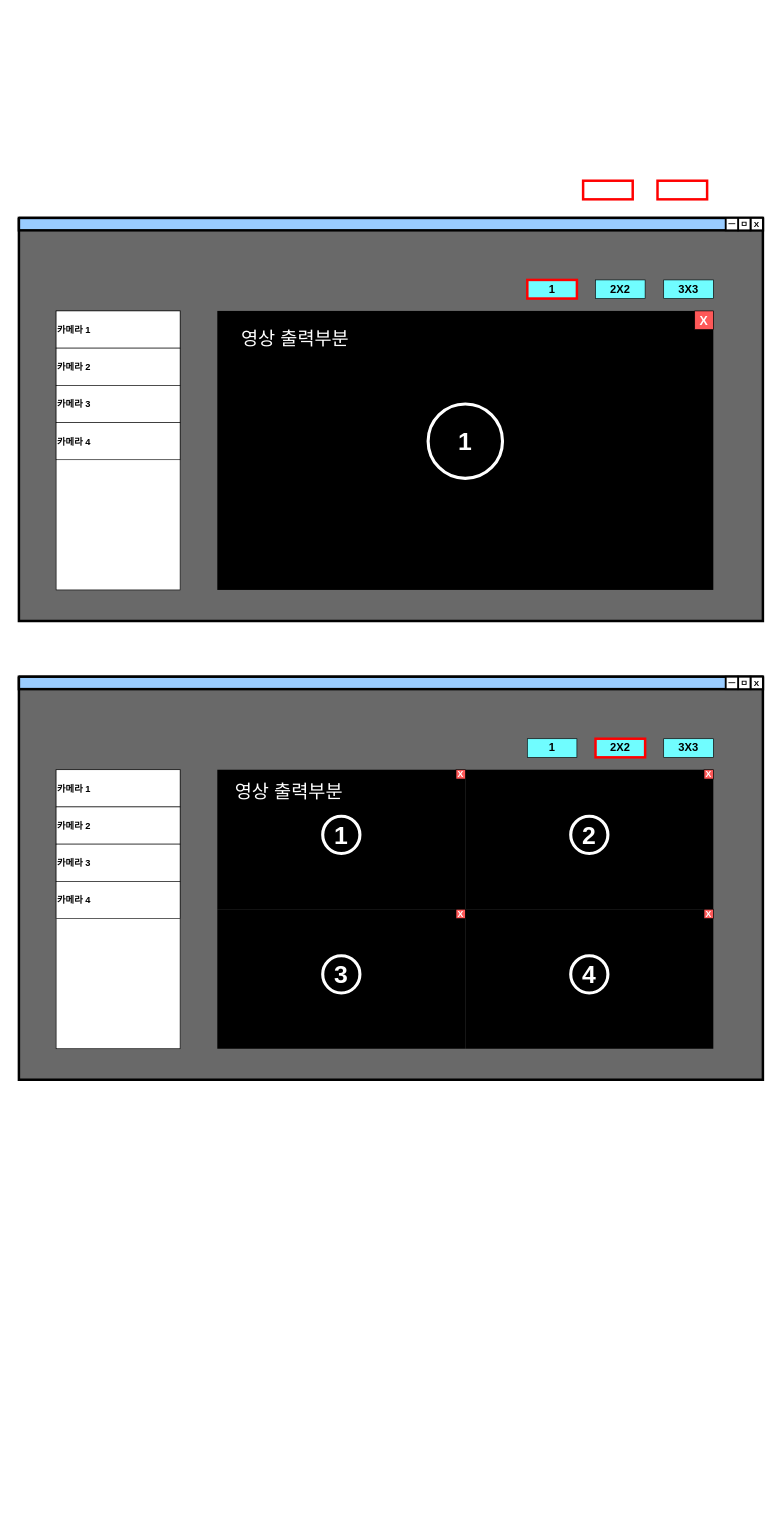
Above: RTSP관제프로그램 UI.drawio in Hyunmin-Kwak-hub/neighbor21 (draw.io), before the change. Source tidied: cells renumbered, new cells numbered last; positions are measured from the earlier drawing's top-left corner, leaving out a move shared by most shapes. Both pictures are drawn from the tidied source at 62%, with x=0, y=0 at pixel (19, 180).
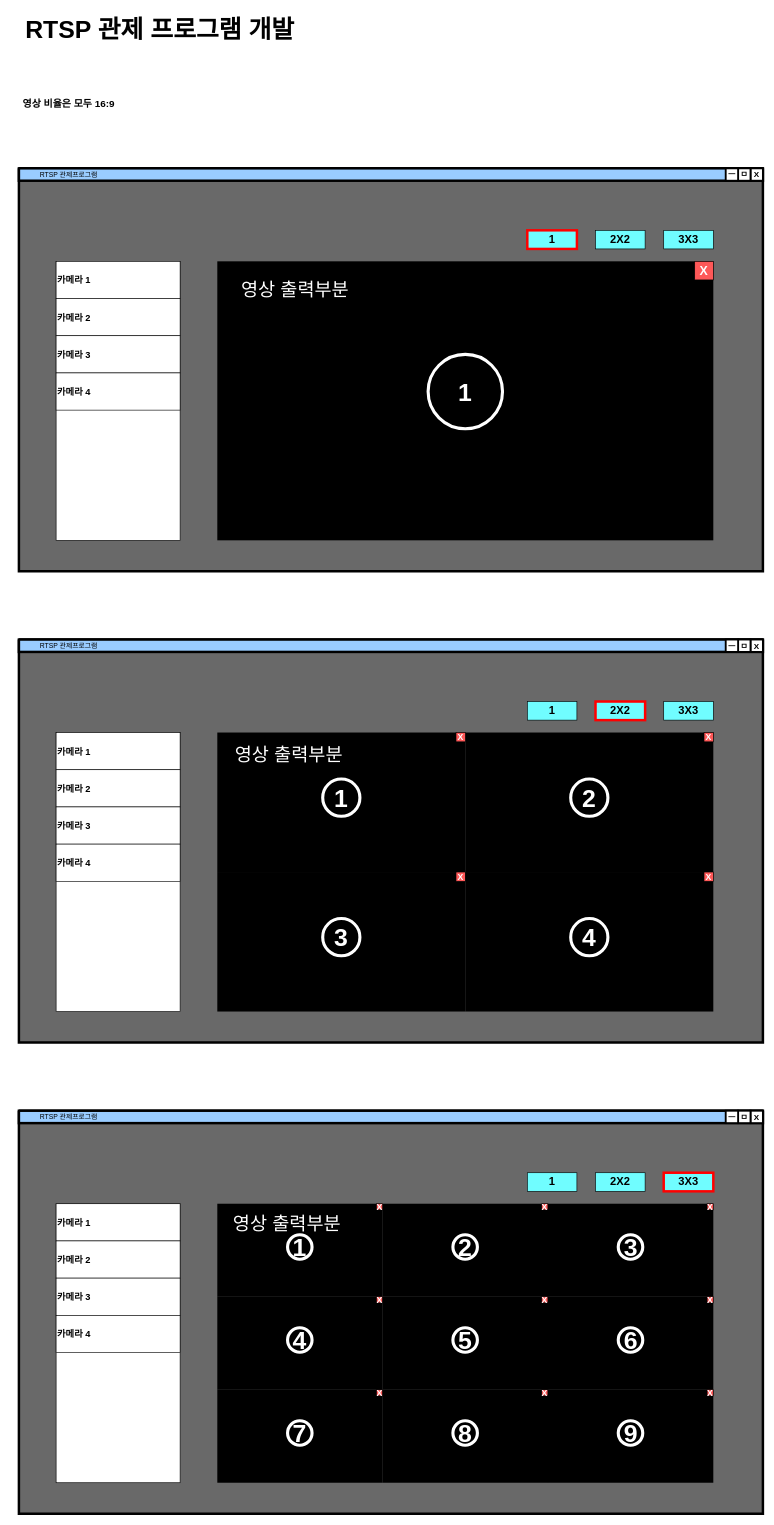
The same page after the edit.

Commit message (it also covers changes not shown here):
RTSP관제프로그램 UI.drawio 업데이트

Diff of the diagram source:
```diff
@@
     <mxCell id="2" style="swimlane;startSize=0;swimlaneFillColor=light-dark(#696969, #ededed);fillColor=none;strokeWidth=4;" parent="1" vertex="1">
-      <mxGeometry y="60" width="1200" height="650" as="geometry" />
+      <mxGeometry y="-20" width="1200" height="650" as="geometry" />
     </mxCell>
@@
-    <mxCell id="20" style="rounded=0;whiteSpace=wrap;html=1;fillColor=none;strokeWidth=4;strokeColor=light-dark(#ff0000, #ededed);" parent="1" vertex="1">
-      <mxGeometry x="910" width="80" height="30" as="geometry" />
-    </mxCell>
-    <mxCell id="21" style="rounded=0;whiteSpace=wrap;html=1;fillColor=none;strokeWidth=4;strokeColor=light-dark(#ff0000, #ededed);" parent="1" vertex="1">
-      <mxGeometry x="1030" width="80" height="30" as="geometry" />
-    </mxCell>
+    <mxCell id="50" value="RTSP 관제프로그램" style="text;html=1;align=center;verticalAlign=middle;strokeColor=none;fillColor=none;fontSize=11;" parent="2" vertex="1">
+      <mxGeometry x="20" y="-5" width="120" height="30" as="geometry" />
+    </mxCell>
     <mxCell id="22" style="swimlane;startSize=0;swimlaneFillColor=light-dark(#696969, #ededed);fillColor=none;strokeWidth=4;" parent="1" vertex="1">
-      <mxGeometry y="800" width="1200" height="650" as="geometry" />
+      <mxGeometry y="740" width="1200" height="650" as="geometry" />
     </mxCell>
@@
+    <mxCell id="51" value="RTSP 관제프로그램" style="text;html=1;align=center;verticalAlign=middle;strokeColor=none;fillColor=none;fontSize=11;" parent="22" vertex="1">
+      <mxGeometry x="20" y="-5" width="120" height="30" as="geometry" />
+    </mxCell>
+    <mxCell id="52" style="swimlane;startSize=0;swimlaneFillColor=light-dark(#696969, #ededed);fillColor=none;strokeWidth=4;" parent="1" vertex="1">
+      <mxGeometry y="1500" width="1200" height="650" as="geometry" />
+    </mxCell>
+    <mxCell id="53" style="rounded=0;whiteSpace=wrap;html=1;" parent="52" vertex="1">
+      <mxGeometry x="60" y="150" width="200" height="450" as="geometry" />
+    </mxCell>
+    <mxCell id="54" value="1" style="rounded=0;whiteSpace=wrap;html=1;fontSize=18;fontStyle=1;gradientColor=none;fillColor=light-dark(#70FDFF,#EDEDED);" parent="52" vertex="1">
+      <mxGeometry x="820" y="100" width="80" height="30" as="geometry" />
+    </mxCell>
+    <mxCell id="55" value="3X3" style="rounded=0;whiteSpace=wrap;html=1;fontStyle=1;fontSize=18;fillColor=#70FDFF;" parent="52" vertex="1">
+      <mxGeometry x="1040" y="100" width="80" height="30" as="geometry" />
+    </mxCell>
+    <mxCell id="56" value="2X2" style="rounded=0;whiteSpace=wrap;html=1;fontSize=18;fontStyle=1;fillColor=#70FDFF;" parent="52" vertex="1">
+      <mxGeometry x="930" y="100" width="80" height="30" as="geometry" />
+    </mxCell>
+    <mxCell id="57" value="카메라 1" style="rounded=0;whiteSpace=wrap;html=1;align=left;fontStyle=1;fontSize=15;" parent="52" vertex="1">
+      <mxGeometry x="60" y="150" width="200" height="60" as="geometry" />
+    </mxCell>
+    <mxCell id="58" value="카메라 2" style="rounded=0;whiteSpace=wrap;html=1;align=left;fontStyle=1;fontSize=15;" parent="52" vertex="1">
+      <mxGeometry x="60" y="210" width="200" height="60" as="geometry" />
+    </mxCell>
+    <mxCell id="59" value="카메라 3" style="rounded=0;whiteSpace=wrap;html=1;align=left;fontStyle=1;fontSize=15;" parent="52" vertex="1">
+      <mxGeometry x="60" y="270" width="200" height="60" as="geometry" />
+    </mxCell>
+    <mxCell id="60" value="카메라 4" style="rounded=0;whiteSpace=wrap;html=1;align=left;fontSize=15;fontStyle=1;" parent="52" vertex="1">
+      <mxGeometry x="60" y="330" width="200" height="60" as="geometry" />
+    </mxCell>
+    <mxCell id="61" style="rounded=0;whiteSpace=wrap;html=1;fillColor=none;strokeWidth=4;strokeColor=light-dark(#ff0000, #ededed);" parent="52" vertex="1">
+      <mxGeometry x="1040" y="100" width="80" height="30" as="geometry" />
+    </mxCell>
+    <mxCell id="62" style="rounded=0;whiteSpace=wrap;html=1;strokeWidth=4;fillColor=#99CCFF;" parent="52" vertex="1">
+      <mxGeometry width="1200" height="20" as="geometry" />
+    </mxCell>
+    <mxCell id="63" value="X" style="whiteSpace=wrap;html=1;strokeWidth=3;fontStyle=1;fontSize=13;" parent="52" vertex="1">
+      <mxGeometry x="1180" width="20" height="20" as="geometry" />
+    </mxCell>
+    <mxCell id="64" value="ㅁ" style="whiteSpace=wrap;html=1;strokeWidth=3;fontStyle=1;fontSize=13;" parent="52" vertex="1">
+      <mxGeometry x="1160" width="20" height="20" as="geometry" />
+    </mxCell>
+    <mxCell id="65" value="ㅡ" style="whiteSpace=wrap;html=1;strokeWidth=3;fontStyle=1;fontSize=13;" parent="52" vertex="1">
+      <mxGeometry x="1140" width="20" height="20" as="geometry" />
+    </mxCell>
+    <mxCell id="66" style="group;" parent="52" vertex="1">
+      <mxGeometry x="320" y="150" width="800" height="450" as="geometry" />
+    </mxCell>
+    <mxCell id="67" style="rounded=0;whiteSpace=wrap;html=1;gradientColor=none;strokeColor=none;fillColor=#000000;" parent="66" vertex="1">
+      <mxGeometry x="533.3" width="266.7" height="150" as="geometry" />
+    </mxCell>
+    <mxCell id="68" value="X" style="whiteSpace=wrap;html=1;fontStyle=1;fontSize=14;fillColor=light-dark(#fe5858, #ff7777);fontColor=#FFFFFF;" parent="66" vertex="1">
+      <mxGeometry x="790" width="9.9" height="9.9" as="geometry" />
+    </mxCell>
+    <mxCell id="69" value="&lt;b&gt;&lt;font style=&quot;font-size: 40px; color: rgb(255, 255, 255);&quot;&gt;3&lt;/font&gt;&lt;/b&gt;" style="ellipse;whiteSpace=wrap;html=1;strokeWidth=5;strokeColor=light-dark(#ffffff, #ededed);fillColor=none;" parent="66" vertex="1">
+      <mxGeometry x="646.7" y="50" width="39.5" height="39.5" as="geometry" />
+    </mxCell>
+    <mxCell id="70" style="rounded=0;whiteSpace=wrap;html=1;gradientColor=none;strokeColor=none;fillColor=#000000;" parent="66" vertex="1">
+      <mxGeometry x="533.3" y="150" width="266.7" height="150" as="geometry" />
+    </mxCell>
+    <mxCell id="71" value="X" style="whiteSpace=wrap;html=1;fontStyle=1;fontSize=14;fillColor=light-dark(#fe5858, #ff7777);fontColor=#FFFFFF;" parent="66" vertex="1">
+      <mxGeometry x="790" y="150" width="9.9" height="9.9" as="geometry" />
+    </mxCell>
+    <mxCell id="72" value="&lt;b&gt;&lt;font style=&quot;font-size: 40px; color: rgb(255, 255, 255);&quot;&gt;6&lt;/font&gt;&lt;/b&gt;" style="ellipse;whiteSpace=wrap;html=1;strokeWidth=5;strokeColor=light-dark(#ffffff, #ededed);fillColor=none;" parent="66" vertex="1">
+      <mxGeometry x="646.7" y="200" width="39.5" height="39.5" as="geometry" />
+    </mxCell>
+    <mxCell id="73" style="rounded=0;whiteSpace=wrap;html=1;gradientColor=none;strokeColor=none;fillColor=#000000;" parent="66" vertex="1">
+      <mxGeometry y="300" width="266.7" height="150" as="geometry" />
+    </mxCell>
+    <mxCell id="74" value="X" style="whiteSpace=wrap;html=1;fontStyle=1;fontSize=14;fillColor=light-dark(#fe5858, #ff7777);fontColor=#FFFFFF;" parent="66" vertex="1">
+      <mxGeometry x="256.7" y="300" width="9.9" height="9.9" as="geometry" />
+    </mxCell>
+    <mxCell id="75" value="&lt;b&gt;&lt;font style=&quot;font-size: 40px; color: rgb(255, 255, 255);&quot;&gt;7&lt;/font&gt;&lt;/b&gt;" style="ellipse;whiteSpace=wrap;html=1;strokeWidth=5;strokeColor=light-dark(#ffffff, #ededed);fillColor=none;" parent="66" vertex="1">
+      <mxGeometry x="113.3" y="350" width="39.5" height="39.5" as="geometry" />
+    </mxCell>
+    <mxCell id="76" style="rounded=0;whiteSpace=wrap;html=1;gradientColor=none;strokeColor=none;fillColor=#000000;" parent="66" vertex="1">
+      <mxGeometry x="266.7" y="300" width="266.7" height="150" as="geometry" />
+    </mxCell>
+    <mxCell id="77" value="X" style="whiteSpace=wrap;html=1;fontStyle=1;fontSize=14;fillColor=light-dark(#fe5858, #ff7777);fontColor=#FFFFFF;" parent="66" vertex="1">
+      <mxGeometry x="523.3" y="300" width="9.9" height="9.9" as="geometry" />
+    </mxCell>
+    <mxCell id="78" value="&lt;b&gt;&lt;font style=&quot;font-size: 40px; color: rgb(255, 255, 255);&quot;&gt;8&lt;/font&gt;&lt;/b&gt;" style="ellipse;whiteSpace=wrap;html=1;strokeWidth=5;strokeColor=light-dark(#ffffff, #ededed);fillColor=none;" parent="66" vertex="1">
+      <mxGeometry x="380" y="350" width="39.5" height="39.5" as="geometry" />
+    </mxCell>
+    <mxCell id="79" style="rounded=0;whiteSpace=wrap;html=1;gradientColor=none;strokeColor=none;fillColor=#000000;" parent="66" vertex="1">
+      <mxGeometry x="533.3" y="300" width="266.7" height="150" as="geometry" />
+    </mxCell>
+    <mxCell id="80" value="X" style="whiteSpace=wrap;html=1;fontStyle=1;fontSize=14;fillColor=light-dark(#fe5858, #ff7777);fontColor=#FFFFFF;" parent="66" vertex="1">
+      <mxGeometry x="790" y="300" width="9.9" height="9.9" as="geometry" />
+    </mxCell>
+    <mxCell id="81" value="&lt;b&gt;&lt;font style=&quot;font-size: 40px; color: rgb(255, 255, 255);&quot;&gt;9&lt;/font&gt;&lt;/b&gt;" style="ellipse;whiteSpace=wrap;html=1;strokeWidth=5;strokeColor=light-dark(#ffffff, #ededed);fillColor=none;" parent="66" vertex="1">
+      <mxGeometry x="646.7" y="350" width="39.5" height="39.5" as="geometry" />
+    </mxCell>
+    <mxCell id="82" style="rounded=0;whiteSpace=wrap;html=1;gradientColor=none;strokeColor=none;fillColor=#000000;" parent="66" vertex="1">
+      <mxGeometry x="266.7" width="266.7" height="150" as="geometry" />
+    </mxCell>
+    <mxCell id="83" value="X" style="whiteSpace=wrap;html=1;fontStyle=1;fontSize=14;fillColor=light-dark(#fe5858, #ff7777);fontColor=#FFFFFF;" parent="66" vertex="1">
+      <mxGeometry x="523.3" width="9.9" height="9.9" as="geometry" />
+    </mxCell>
+    <mxCell id="84" value="&lt;b&gt;&lt;font style=&quot;font-size: 40px; color: rgb(255, 255, 255);&quot;&gt;2&lt;/font&gt;&lt;/b&gt;" style="ellipse;whiteSpace=wrap;html=1;strokeWidth=5;strokeColor=light-dark(#ffffff, #ededed);fillColor=none;" parent="66" vertex="1">
+      <mxGeometry x="380" y="50" width="39.5" height="39.5" as="geometry" />
+    </mxCell>
+    <mxCell id="85" style="rounded=0;whiteSpace=wrap;html=1;gradientColor=none;strokeColor=none;fillColor=#000000;" parent="66" vertex="1">
+      <mxGeometry width="266.7" height="150" as="geometry" />
+    </mxCell>
+    <mxCell id="86" value="영상 출력부분" style="text;html=1;align=center;verticalAlign=middle;strokeColor=none;fillColor=none;fontSize=30;fontColor=#FFFFFF;" parent="66" vertex="1">
+      <mxGeometry x="6.7" y="6.7" width="210" height="50" as="geometry" />
+    </mxCell>
+    <mxCell id="87" value="X" style="whiteSpace=wrap;html=1;fontStyle=1;fontSize=14;fillColor=light-dark(#fe5858, #ff7777);fontColor=#FFFFFF;" parent="66" vertex="1">
+      <mxGeometry x="256.7" width="9.9" height="9.9" as="geometry" />
+    </mxCell>
+    <mxCell id="88" value="&lt;b&gt;&lt;font style=&quot;font-size: 40px; color: rgb(255, 255, 255);&quot;&gt;1&lt;/font&gt;&lt;/b&gt;" style="ellipse;whiteSpace=wrap;html=1;strokeWidth=5;strokeColor=light-dark(#ffffff, #ededed);fillColor=none;" parent="66" vertex="1">
+      <mxGeometry x="113.3" y="50" width="39.5" height="39.5" as="geometry" />
+    </mxCell>
+    <mxCell id="89" style="rounded=0;whiteSpace=wrap;html=1;gradientColor=none;strokeColor=none;fillColor=#000000;" parent="66" vertex="1">
+      <mxGeometry y="150" width="266.7" height="150" as="geometry" />
+    </mxCell>
+    <mxCell id="90" value="X" style="whiteSpace=wrap;html=1;fontStyle=1;fontSize=14;fillColor=light-dark(#fe5858, #ff7777);fontColor=#FFFFFF;" parent="66" vertex="1">
+      <mxGeometry x="256.7" y="150" width="9.9" height="9.9" as="geometry" />
+    </mxCell>
+    <mxCell id="91" value="&lt;b&gt;&lt;font style=&quot;font-size: 40px; color: rgb(255, 255, 255);&quot;&gt;4&lt;/font&gt;&lt;/b&gt;" style="ellipse;whiteSpace=wrap;html=1;strokeWidth=5;strokeColor=light-dark(#ffffff, #ededed);fillColor=none;" parent="66" vertex="1">
+      <mxGeometry x="113.3" y="200" width="39.5" height="39.5" as="geometry" />
+    </mxCell>
+    <mxCell id="92" style="rounded=0;whiteSpace=wrap;html=1;gradientColor=none;strokeColor=none;fillColor=#000000;" parent="66" vertex="1">
+      <mxGeometry x="266.7" y="150" width="266.7" height="150" as="geometry" />
+    </mxCell>
+    <mxCell id="93" value="X" style="whiteSpace=wrap;html=1;fontStyle=1;fontSize=14;fillColor=light-dark(#fe5858, #ff7777);fontColor=#FFFFFF;" parent="66" vertex="1">
+      <mxGeometry x="523.3" y="150" width="9.9" height="9.9" as="geometry" />
+    </mxCell>
+    <mxCell id="94" value="&lt;b&gt;&lt;font style=&quot;font-size: 40px; color: rgb(255, 255, 255);&quot;&gt;5&lt;/font&gt;&lt;/b&gt;" style="ellipse;whiteSpace=wrap;html=1;strokeWidth=5;strokeColor=light-dark(#ffffff, #ededed);fillColor=none;" parent="66" vertex="1">
+      <mxGeometry x="380" y="200" width="39.5" height="39.5" as="geometry" />
+    </mxCell>
+    <mxCell id="95" value="RTSP 관제프로그램" style="text;html=1;align=center;verticalAlign=middle;strokeColor=none;fillColor=none;fontSize=11;" parent="52" vertex="1">
+      <mxGeometry x="20" y="-5" width="120" height="30" as="geometry" />
+    </mxCell>
+    <mxCell id="96" value="영상 비율은 모두 16:9" style="text;html=1;align=center;verticalAlign=middle;strokeColor=none;fillColor=none;fontSize=16;fontStyle=1;" parent="1" vertex="1">
+      <mxGeometry x="-10" y="-140" width="180" height="30" as="geometry" />
+    </mxCell>
+    <mxCell id="97" value="RTSP 관제 프로그램 개발" style="text;html=1;align=center;verticalAlign=middle;strokeColor=none;fillColor=none;fontSize=40;fontStyle=1;" parent="1" vertex="1">
+      <mxGeometry x="-13" y="-274" width="480" height="60" as="geometry" />
+    </mxCell>
```
